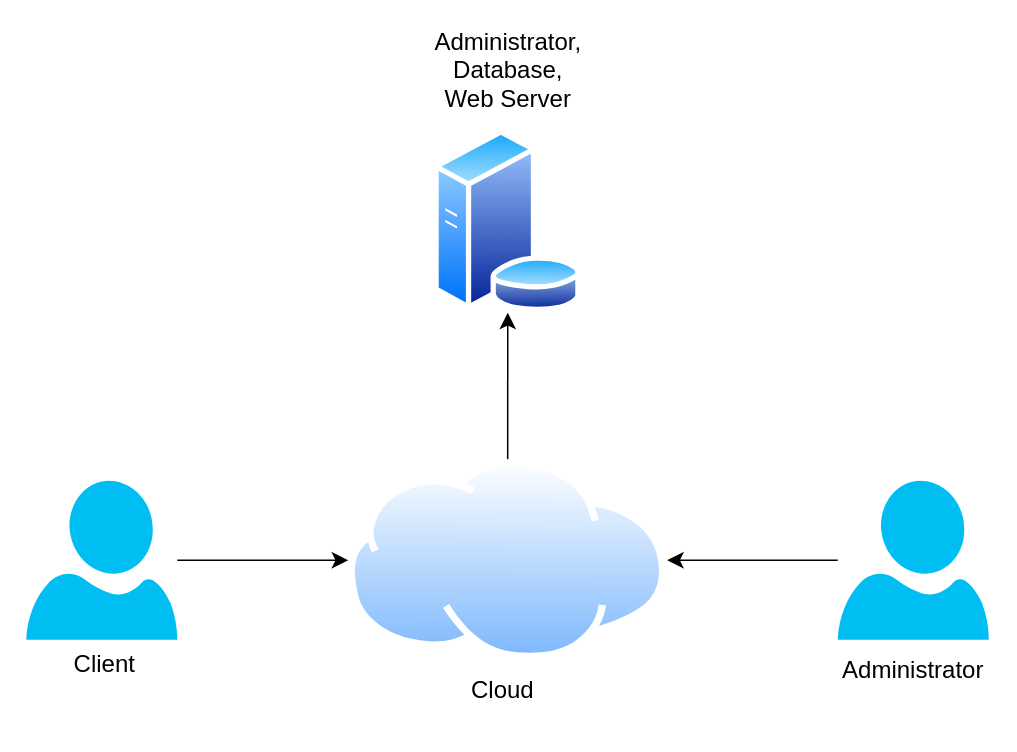
Above: page "Page-1" (1 of 2) of ER.drawio in ProfDetermined/uni-works (draw.io), before the change. Source tidied: cells renumbered, new cells numbered last; positions are measured from the earlier drawing's top-left corner, leaving out a move shared by most shapes. Both pictures are drawn from the tidied source at 150%, with x=0, y=0 at pixel (26, 46).
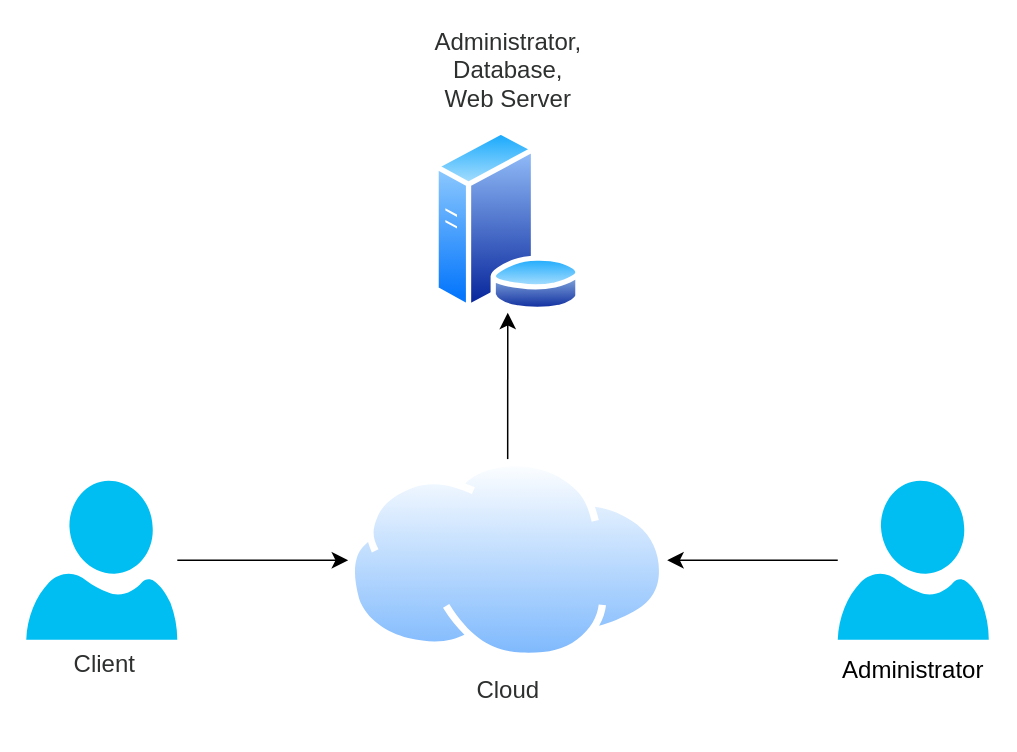
Above is the later version.

Change to the diagram source:
```diff
@@
 <mxGraphModel>
   <root>
     <mxCell id="0" />
     <mxCell id="1" parent="0" />
     <mxCell id="2" style="image;perimeter=ellipsePerimeter;html=1;align=center;shadow=0;dashed=0;spacingTop=3;image=img/lib/active_directory/database_server.svg;fontSize=16;" parent="1" vertex="1">
       <mxGeometry x="271" y="55" width="100" height="122" as="geometry" />
     </mxCell>
-    <mxCell id="3" value="Administrator, Database,&lt;br style=&quot;border-color: var(--border-color);&quot;&gt;Web Server" style="text;html=1;strokeColor=none;fillColor=none;align=center;verticalAlign=middle;whiteSpace=wrap;rounded=0;fontSize=16;" parent="1" vertex="1">
+    <mxCell id="3" value="Administrator, Database,&lt;br style=&quot;border-color: var(--border-color);&quot;&gt;Web Server" style="text;html=1;strokeColor=none;fillColor=none;align=center;verticalAlign=middle;whiteSpace=wrap;rounded=0;fontSize=16;fontColor=#2e2f2f;" parent="1" vertex="1">
       <mxGeometry x="261.5" width="119" height="30" as="geometry" />
     </mxCell>
     <mxCell id="4" style="edgeStyle=none;curved=1;rounded=0;jettySize=auto;html=1;fontSize=12;startSize=8;endSize=8;" parent="1" edge="1" source="5" target="9">
       <mxGeometry relative="1" as="geometry" />
     </mxCell>
     <mxCell id="5" style="verticalLabelPosition=bottom;html=1;verticalAlign=top;align=center;strokeColor=none;fillColor=#00BEF2;shape=mxgraph.azure.user;fontSize=16;" parent="1" vertex="1">
       <mxGeometry x="541" y="289" width="100.7" height="106" as="geometry" />
     </mxCell>
-    <mxCell id="6" value="&lt;span style=&quot;color: rgb(0, 0, 0); font-family: Helvetica; font-size: 16px; font-style: normal; font-variant-ligatures: normal; font-variant-caps: normal; font-weight: 400; letter-spacing: normal; orphans: 2; text-indent: 0px; text-transform: none; widows: 2; word-spacing: 0px; -webkit-text-stroke-width: 0px; background-color: rgb(255, 255, 255); text-decoration-thickness: initial; text-decoration-style: initial; text-decoration-color: initial; float: none; display: inline !important;&quot;&gt;Administrator&lt;/span&gt;" style="text;whiteSpace=wrap;html=1;fontSize=16;align=center;" parent="1" vertex="1">
+    <mxCell id="6" value="&lt;span style=&quot;font-family: Helvetica; font-size: 16px; font-style: normal; font-variant-ligatures: normal; font-variant-caps: normal; font-weight: 400; letter-spacing: normal; orphans: 2; text-indent: 0px; text-transform: none; widows: 2; word-spacing: 0px; -webkit-text-stroke-width: 0px; background-color: rgb(255, 255, 255); text-decoration-thickness: initial; text-decoration-style: initial; text-decoration-color: initial; float: none; display: inline !important;&quot;&gt;Administrator&lt;/span&gt;" style="text;whiteSpace=wrap;html=1;fontSize=16;align=center;fillColor=none;" parent="1" vertex="1">
       <mxGeometry x="539" y="399" width="104.7" height="41" as="geometry" />
     </mxCell>
-    <mxCell id="7" value="&lt;span style=&quot;color: rgb(0, 0, 0); font-family: Helvetica; font-size: 16px; font-style: normal; font-variant-ligatures: normal; font-variant-caps: normal; font-weight: 400; letter-spacing: normal; orphans: 2; text-align: center; text-indent: 0px; text-transform: none; widows: 2; word-spacing: 0px; -webkit-text-stroke-width: 0px; background-color: rgb(255, 255, 255); text-decoration-thickness: initial; text-decoration-style: initial; text-decoration-color: initial; float: none; display: inline !important;&quot;&gt;Cloud&lt;/span&gt;" style="text;whiteSpace=wrap;html=1;fontSize=16;" parent="1" vertex="1">
+    <mxCell id="7" value="&lt;span style=&quot;font-family: Helvetica; font-size: 16px; font-style: normal; font-variant-ligatures: normal; font-variant-caps: normal; font-weight: 400; letter-spacing: normal; orphans: 2; text-indent: 0px; text-transform: none; widows: 2; word-spacing: 0px; -webkit-text-stroke-width: 0px; background-color: rgb(255, 255, 255); text-decoration-thickness: initial; text-decoration-style: initial; text-decoration-color: initial; float: none; display: inline !important;&quot;&gt;Cloud&lt;/span&gt;" style="text;whiteSpace=wrap;html=1;fontSize=16;fontColor=#2e2f2f;align=center;" parent="1" vertex="1">
       <mxGeometry x="294.5" y="412" width="53" height="41" as="geometry" />
     </mxCell>
     <mxCell id="8" style="edgeStyle=none;curved=1;rounded=0;jettySize=auto;html=1;fontSize=12;startSize=8;endSize=8;" parent="1" edge="1" source="9" target="2">
       <mxGeometry relative="1" as="geometry" />
     </mxCell>
     <mxCell id="9" style="image;perimeter=ellipsePerimeter;html=1;align=center;shadow=0;dashed=0;spacingTop=3;image=img/lib/active_directory/internet_cloud.svg;fontSize=16;" parent="1" vertex="1">
       <mxGeometry x="214.6" y="275" width="212.7" height="134" as="geometry" />
     </mxCell>
     <mxCell id="10" style="edgeStyle=none;curved=1;rounded=0;jettySize=auto;html=1;fontSize=12;startSize=8;endSize=8;" parent="1" edge="1" source="11" target="9">
       <mxGeometry relative="1" as="geometry" />
     </mxCell>
     <mxCell id="11" style="verticalLabelPosition=bottom;html=1;verticalAlign=top;align=center;strokeColor=none;fillColor=#00BEF2;shape=mxgraph.azure.user;fontSize=16;" parent="1" vertex="1">
       <mxGeometry y="289" width="100.7" height="106" as="geometry" />
     </mxCell>
-    <mxCell id="12" value="&lt;span style=&quot;color: rgb(0, 0, 0); font-family: Helvetica; font-size: 16px; font-style: normal; font-variant-ligatures: normal; font-variant-caps: normal; font-weight: 400; letter-spacing: normal; orphans: 2; text-indent: 0px; text-transform: none; widows: 2; word-spacing: 0px; -webkit-text-stroke-width: 0px; background-color: rgb(255, 255, 255); text-decoration-thickness: initial; text-decoration-style: initial; text-decoration-color: initial; float: none; display: inline !important;&quot;&gt;Client&lt;/span&gt;" style="text;whiteSpace=wrap;html=1;fontSize=16;align=center;" parent="1" vertex="1">
+    <mxCell id="12" value="&lt;span style=&quot;font-family: Helvetica; font-size: 16px; font-style: normal; font-variant-ligatures: normal; font-variant-caps: normal; font-weight: 400; letter-spacing: normal; orphans: 2; text-indent: 0px; text-transform: none; widows: 2; word-spacing: 0px; -webkit-text-stroke-width: 0px; background-color: rgb(255, 255, 255); text-decoration-thickness: initial; text-decoration-style: initial; text-decoration-color: initial; float: none; display: inline !important;&quot;&gt;Client&lt;/span&gt;" style="text;whiteSpace=wrap;html=1;fontSize=16;align=center;fontColor=#2e2f2f;" parent="1" vertex="1">
       <mxGeometry y="395" width="104.7" height="41" as="geometry" />
     </mxCell>
   </root>
 </mxGraphModel>
```
